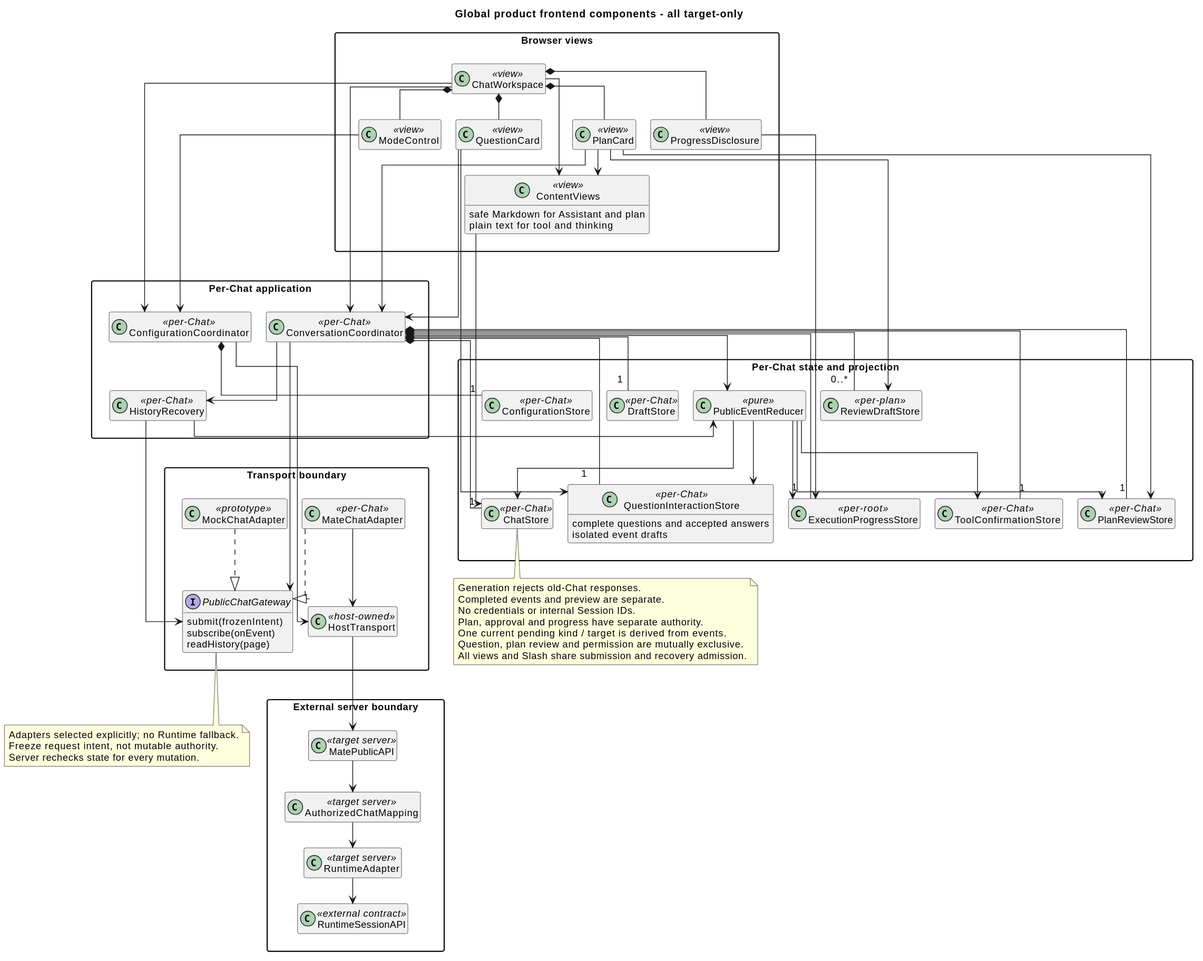
ssm0808/pi-mono-java-design keeps this PlantUML diagram as 01-总体架构/04-CampusClaw前端体验/target_frontend_components.svg. Above is the earlier version. Source of this version:
```plantuml
@startuml
top to bottom direction
skinparam backgroundColor white
skinparam shadowing false
skinparam defaultFontName SansSerif
skinparam defaultFontSize 13
skinparam classAttributeIconSize 0
skinparam packageStyle rectangle
skinparam nodesep 20
skinparam ranksep 35
skinparam linetype ortho
hide empty members
title Global product frontend components - all target-only
package "Browser views" as Views {
  class ChatWorkspace <<view>>
  class PlanCard <<view>>
  class QuestionCard <<view>>
  class ModeControl <<view>>
  class ProgressDisclosure <<view>>
  class ContentViews <<view>> {
    safe Markdown for Assistant and plan
    plain text for tool and thinking
  }
}
package "Per-Chat application" as Application {
  class ConversationCoordinator <<per-Chat>>
  class HistoryRecovery <<per-Chat>>
  class ConfigurationCoordinator <<per-Chat>>
}
package "Per-Chat state and projection" as State {
  class ChatStore <<per-Chat>>
  class DraftStore <<per-Chat>>
  class ToolConfirmationStore <<per-Chat>>
  class ConfigurationStore <<per-Chat>>
  class PlanReviewStore <<per-Chat>>
  class QuestionInteractionStore <<per-Chat>> {
    complete questions and accepted answers
    isolated event drafts
  }
  class ReviewDraftStore <<per-plan>>
  class ExecutionProgressStore <<per-root>>
  class PublicEventReducer <<pure>>
}
package "Transport boundary" as Transport {
  interface PublicChatGateway {
    submit(frozenIntent)
    subscribe(onEvent)
    readHistory(page)
  }
  class MateChatAdapter <<per-Chat>>
  class MockChatAdapter <<prototype>>
  class HostTransport <<host-owned>>
}
package "External server boundary" as External {
  class MatePublicAPI <<target server>>
  class AuthorizedChatMapping <<target server>>
  class RuntimeAdapter <<target server>>
  class RuntimeSessionAPI <<external contract>>
}
ChatWorkspace -down-> ConversationCoordinator
ChatWorkspace -down-> ConfigurationCoordinator
ChatWorkspace --> ContentViews
ChatWorkspace *-down- PlanCard
ChatWorkspace *-down- QuestionCard
QuestionCard -down-> ConversationCoordinator
QuestionCard --> QuestionInteractionStore
ChatWorkspace *-down- ModeControl
ChatWorkspace *-down- ProgressDisclosure
PlanCard --> ContentViews
PlanCard -down-> ConversationCoordinator
PlanCard --> PlanReviewStore
PlanCard --> ReviewDraftStore
ModeControl -down-> ConfigurationCoordinator
ProgressDisclosure --> ExecutionProgressStore
ConversationCoordinator *-down- "1" DraftStore
ConversationCoordinator *-down- "1" ToolConfirmationStore
ConversationCoordinator *-down- "1" ChatStore
ConversationCoordinator *-down- "1" PlanReviewStore
ConversationCoordinator *-down- "1" QuestionInteractionStore
ConversationCoordinator *-down- "1" ExecutionProgressStore
ConversationCoordinator *-down- "0..*" ReviewDraftStore
ConversationCoordinator --> PublicChatGateway
ConversationCoordinator -down-> HistoryRecovery
HistoryRecovery --> PublicChatGateway
HistoryRecovery --> PublicEventReducer
ConversationCoordinator -down-> PublicEventReducer
PublicEventReducer -down-> ChatStore
PublicEventReducer -down-> ToolConfirmationStore
PublicEventReducer -down-> PlanReviewStore
PublicEventReducer -down-> QuestionInteractionStore
PublicEventReducer -down-> ExecutionProgressStore
ContentViews --> ChatStore
ConfigurationCoordinator *-down- "1" ConfigurationStore
ConfigurationCoordinator --> HostTransport
MateChatAdapter ..|> PublicChatGateway
MockChatAdapter ..|> PublicChatGateway
MateChatAdapter --> HostTransport
HostTransport --> MatePublicAPI
MatePublicAPI --> AuthorizedChatMapping
AuthorizedChatMapping --> RuntimeAdapter
RuntimeAdapter --> RuntimeSessionAPI
note bottom of PublicChatGateway
Adapters selected explicitly; no Runtime fallback.
Freeze request intent, not mutable authority.
Server rechecks state for every mutation.
end note
note bottom of ChatStore
Generation rejects old-Chat responses.
Completed events and preview are separate.
No credentials or internal Session IDs.
Plan, approval and progress have separate authority.
One current pending kind / target is derived from events.
Question, plan review and permission are mutually exclusive.
All views and Slash share submission and recovery admission.
end note
ContentViews -[hidden]down-> ConversationCoordinator
ContentViews -[hidden]down-> ConfigurationCoordinator
Views -[hidden]down-> Application
Application -[hidden]down-> State
State -[hidden]down-> Transport
Transport -[hidden]down-> External
@enduml
```
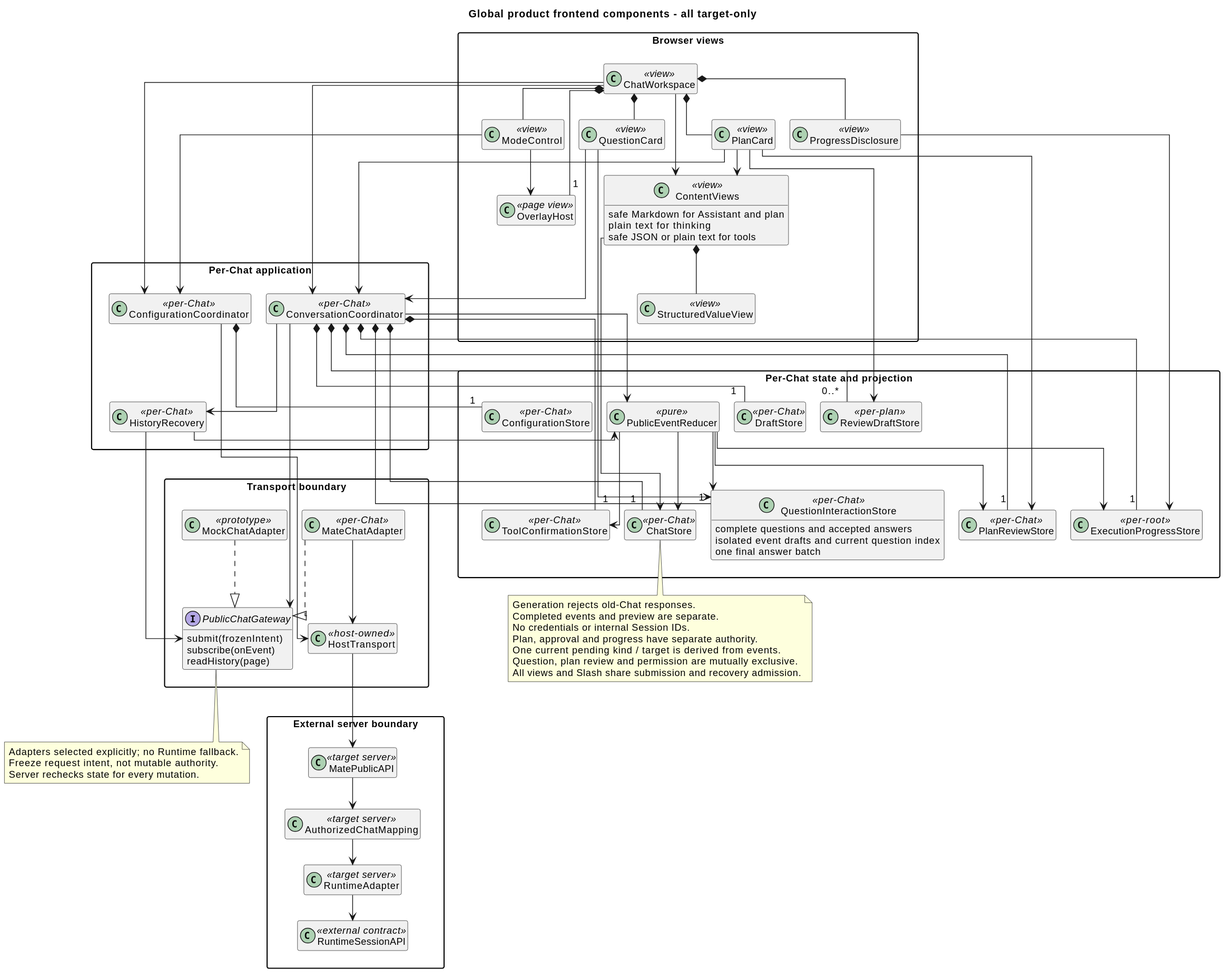
Above is the later version.

Diff of the diagram source:
```diff
@@ -16,10 +16,13 @@
   class PlanCard <<view>>
   class QuestionCard <<view>>
   class ModeControl <<view>>
+  class OverlayHost <<page view>>
+  class StructuredValueView <<view>>
   class ProgressDisclosure <<view>>
   class ContentViews <<view>> {
     safe Markdown for Assistant and plan
-    plain text for tool and thinking
+    plain text for thinking
+    safe JSON or plain text for tools
   }
 }
 package "Per-Chat application" as Application {
@@ -35,7 +38,8 @@
   class PlanReviewStore <<per-Chat>>
   class QuestionInteractionStore <<per-Chat>> {
     complete questions and accepted answers
-    isolated event drafts
+    isolated event drafts and current question index
+    one final answer batch
   }
   class ReviewDraftStore <<per-plan>>
   class ExecutionProgressStore <<per-root>>
@@ -65,6 +69,9 @@
 QuestionCard -down-> ConversationCoordinator
 QuestionCard --> QuestionInteractionStore
 ChatWorkspace *-down- ModeControl
+ChatWorkspace *-- "1" OverlayHost
+ModeControl --> OverlayHost
+ContentViews *-- StructuredValueView
 ChatWorkspace *-down- ProgressDisclosure
 PlanCard --> ContentViews
 PlanCard -down-> ConversationCoordinator
```
